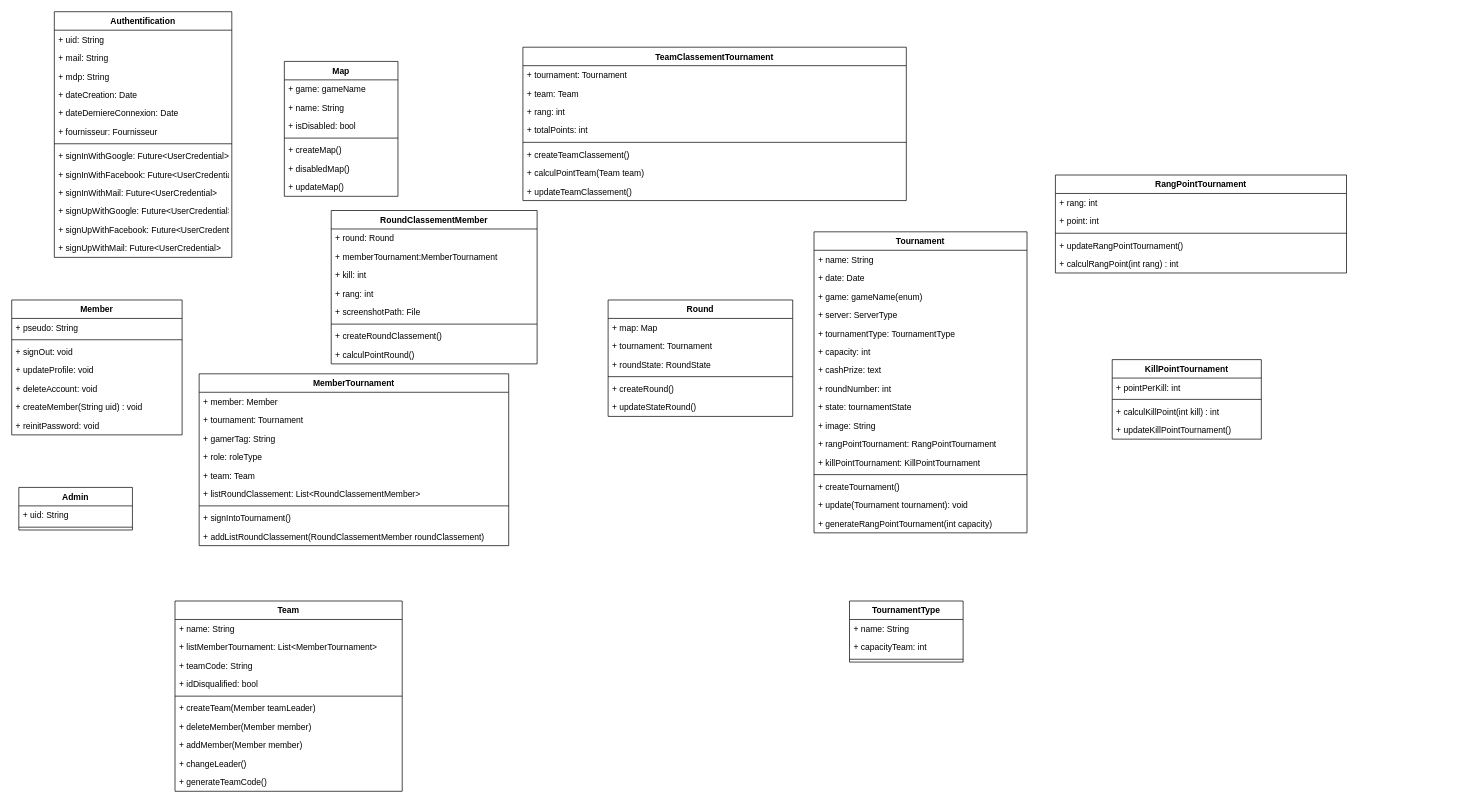
AlexandreMaillot/O-Spawn-Cup keeps this draw.io diagram as ospawn_cup.drawio. Above is the earlier version. Source tidied: cells renumbered, new cells numbered last; positions are measured from the earlier drawing's top-left corner, leaving out a move shared by most shapes. Both pictures are drawn from the tidied source at 71%, with x=0, y=0 at pixel (11, 11).
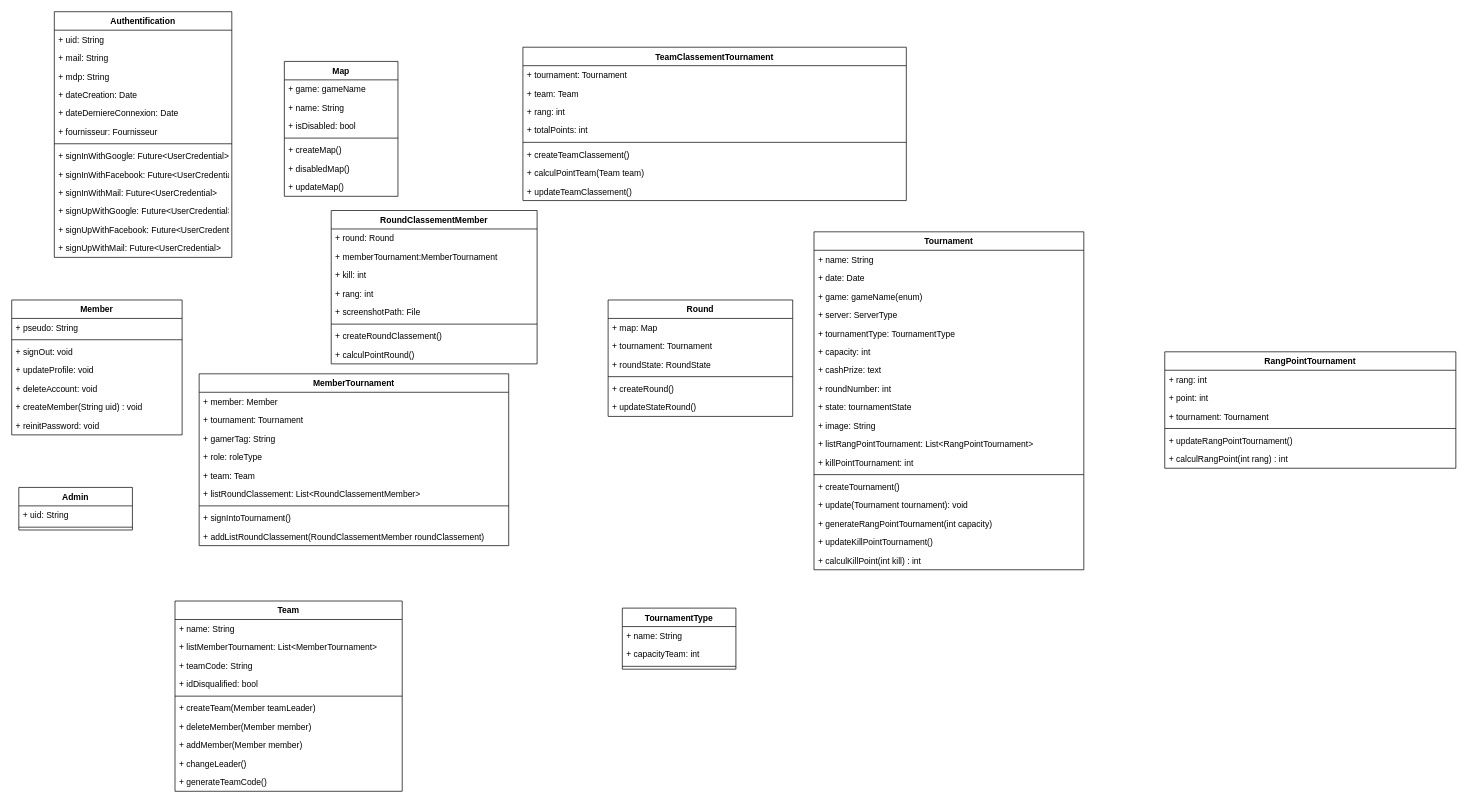
After the change.

What changed in the source:
```diff
@@
     <mxCell id="24" value="Tournament" style="swimlane;fontStyle=1;align=center;verticalAlign=top;horizontal=1;startSize=26;" parent="1" vertex="1">
-      <mxGeometry x="1130" y="310" width="300" height="424" as="geometry" />
+      <mxGeometry x="1130" y="310" width="380" height="476" as="geometry" />
     </mxCell>
     <mxCell id="25" value="+ name: String" style="text;strokeColor=none;fillColor=none;align=left;verticalAlign=top;spacingLeft=4;spacingRight=4;overflow=hidden;" parent="24" vertex="1">
-      <mxGeometry y="26" width="300" height="26" as="geometry" />
+      <mxGeometry y="26" width="380" height="26" as="geometry" />
     </mxCell>
     <mxCell id="26" value="+ date: Date" style="text;strokeColor=none;fillColor=none;align=left;verticalAlign=top;spacingLeft=4;spacingRight=4;overflow=hidden;" parent="24" vertex="1">
-      <mxGeometry y="52" width="300" height="26" as="geometry" />
+      <mxGeometry y="52" width="380" height="26" as="geometry" />
     </mxCell>
     <mxCell id="27" value="+ game: gameName(enum)" style="text;strokeColor=none;fillColor=none;align=left;verticalAlign=top;spacingLeft=4;spacingRight=4;overflow=hidden;" parent="24" vertex="1">
-      <mxGeometry y="78" width="300" height="26" as="geometry" />
+      <mxGeometry y="78" width="380" height="26" as="geometry" />
     </mxCell>
     <mxCell id="28" value="+ server: ServerType" style="text;strokeColor=none;fillColor=none;align=left;verticalAlign=top;spacingLeft=4;spacingRight=4;overflow=hidden;" parent="24" vertex="1">
-      <mxGeometry y="104" width="300" height="26" as="geometry" />
+      <mxGeometry y="104" width="380" height="26" as="geometry" />
     </mxCell>
     <mxCell id="29" value="+ tournamentType: TournamentType" style="text;strokeColor=none;fillColor=none;align=left;verticalAlign=top;spacingLeft=4;spacingRight=4;overflow=hidden;" parent="24" vertex="1">
-      <mxGeometry y="130" width="300" height="26" as="geometry" />
+      <mxGeometry y="130" width="380" height="26" as="geometry" />
     </mxCell>
     <mxCell id="30" value="+ capacity: int" style="text;strokeColor=none;fillColor=none;align=left;verticalAlign=top;spacingLeft=4;spacingRight=4;overflow=hidden;" parent="24" vertex="1">
-      <mxGeometry y="156" width="300" height="26" as="geometry" />
+      <mxGeometry y="156" width="380" height="26" as="geometry" />
     </mxCell>
     <mxCell id="31" value="+ cashPrize: text" style="text;strokeColor=none;fillColor=none;align=left;verticalAlign=top;spacingLeft=4;spacingRight=4;overflow=hidden;" parent="24" vertex="1">
-      <mxGeometry y="182" width="300" height="26" as="geometry" />
+      <mxGeometry y="182" width="380" height="26" as="geometry" />
     </mxCell>
     <mxCell id="32" value="+ roundNumber: int" style="text;strokeColor=none;fillColor=none;align=left;verticalAlign=top;spacingLeft=4;spacingRight=4;overflow=hidden;" parent="24" vertex="1">
-      <mxGeometry y="208" width="300" height="26" as="geometry" />
+      <mxGeometry y="208" width="380" height="26" as="geometry" />
     </mxCell>
     <mxCell id="33" value="+ state: tournamentState" style="text;strokeColor=none;fillColor=none;align=left;verticalAlign=top;spacingLeft=4;spacingRight=4;overflow=hidden;" parent="24" vertex="1">
-      <mxGeometry y="234" width="300" height="26" as="geometry" />
+      <mxGeometry y="234" width="380" height="26" as="geometry" />
     </mxCell>
     <mxCell id="34" value="+ image: String" style="text;strokeColor=none;fillColor=none;align=left;verticalAlign=top;spacingLeft=4;spacingRight=4;overflow=hidden;" parent="24" vertex="1">
-      <mxGeometry y="260" width="300" height="26" as="geometry" />
+      <mxGeometry y="260" width="380" height="26" as="geometry" />
     </mxCell>
-    <mxCell id="35" value="+ rangPointTournament: RangPointTournament" style="text;strokeColor=none;fillColor=none;align=left;verticalAlign=top;spacingLeft=4;spacingRight=4;overflow=hidden;" parent="24" vertex="1">
-      <mxGeometry y="286" width="300" height="26" as="geometry" />
+    <mxCell id="35" value="+ listRangPointTournament: List&lt;RangPointTournament&gt;" style="text;strokeColor=none;fillColor=none;align=left;verticalAlign=top;spacingLeft=4;spacingRight=4;overflow=hidden;" parent="24" vertex="1">
+      <mxGeometry y="286" width="380" height="26" as="geometry" />
     </mxCell>
-    <mxCell id="36" value="+ killPointTournament: KillPointTournament" style="text;strokeColor=none;fillColor=none;align=left;verticalAlign=top;spacingLeft=4;spacingRight=4;overflow=hidden;" parent="24" vertex="1">
-      <mxGeometry y="312" width="300" height="26" as="geometry" />
+    <mxCell id="36" value="+ killPointTournament: int" style="text;strokeColor=none;fillColor=none;align=left;verticalAlign=top;spacingLeft=4;spacingRight=4;overflow=hidden;" parent="24" vertex="1">
+      <mxGeometry y="312" width="380" height="26" as="geometry" />
     </mxCell>
     <mxCell id="37" style="line;strokeWidth=1;fillColor=none;align=left;verticalAlign=middle;spacingTop=-1;spacingLeft=3;spacingRight=3;labelPosition=right;" parent="24" vertex="1">
-      <mxGeometry y="338" width="300" height="8" as="geometry" />
+      <mxGeometry y="338" width="380" height="8" as="geometry" />
     </mxCell>
     <mxCell id="38" value="+ createTournament()" style="text;strokeColor=none;fillColor=none;align=left;verticalAlign=top;spacingLeft=4;spacingRight=4;overflow=hidden;" parent="24" vertex="1">
-      <mxGeometry y="346" width="300" height="26" as="geometry" />
+      <mxGeometry y="346" width="380" height="26" as="geometry" />
     </mxCell>
     <mxCell id="39" value="+ update(Tournament tournament): void" style="text;strokeColor=none;fillColor=none;align=left;verticalAlign=top;spacingLeft=4;spacingRight=4;overflow=hidden;" parent="24" vertex="1">
-      <mxGeometry y="372" width="300" height="26" as="geometry" />
+      <mxGeometry y="372" width="380" height="26" as="geometry" />
     </mxCell>
     <mxCell id="40" value="+ generateRangPointTournament(int capacity)" style="text;strokeColor=none;fillColor=none;align=left;verticalAlign=top;spacingLeft=4;spacingRight=4;overflow=hidden;" parent="24" vertex="1">
-      <mxGeometry y="398" width="300" height="26" as="geometry" />
+      <mxGeometry y="398" width="380" height="26" as="geometry" />
     </mxCell>
+    <mxCell id="112" value="+ updateKillPointTournament()" style="text;strokeColor=none;fillColor=none;align=left;verticalAlign=top;spacingLeft=4;spacingRight=4;overflow=hidden;" parent="24" vertex="1">
+      <mxGeometry y="424" width="380" height="26" as="geometry" />
+    </mxCell>
+    <mxCell id="111" value="+ calculKillPoint(int kill) : int" style="text;strokeColor=none;fillColor=none;align=left;verticalAlign=top;spacingLeft=4;spacingRight=4;overflow=hidden;" parent="24" vertex="1">
+      <mxGeometry y="450" width="380" height="26" as="geometry" />
+    </mxCell>
@@
     <mxCell id="80" value="TournamentType" style="swimlane;fontStyle=1;align=center;verticalAlign=top;horizontal=1;startSize=26;" parent="1" vertex="1">
-      <mxGeometry x="1180" y="830" width="160" height="86" as="geometry" />
+      <mxGeometry x="860" y="840" width="160" height="86" as="geometry" />
     </mxCell>
@@
     <mxCell id="102" value="RangPointTournament" style="swimlane;fontStyle=1;align=center;verticalAlign=top;horizontal=1;startSize=26;" parent="1" vertex="1">
-      <mxGeometry x="1470" y="230" width="410" height="138" as="geometry" />
+      <mxGeometry x="1624" y="479" width="410" height="164" as="geometry" />
     </mxCell>
@@
+    <mxCell id="113" value="+ tournament: Tournament" style="text;strokeColor=none;fillColor=none;align=left;verticalAlign=top;spacingLeft=4;spacingRight=4;overflow=hidden;" parent="102" vertex="1">
+      <mxGeometry y="78" width="410" height="26" as="geometry" />
+    </mxCell>
     <mxCell id="105" style="line;strokeWidth=1;fillColor=none;align=left;verticalAlign=middle;spacingTop=-1;spacingLeft=3;spacingRight=3;labelPosition=right;" parent="102" vertex="1">
-      <mxGeometry y="78" width="410" height="8" as="geometry" />
+      <mxGeometry y="104" width="410" height="8" as="geometry" />
     </mxCell>
     <mxCell id="106" value="+ updateRangPointTournament()" style="text;strokeColor=none;fillColor=none;align=left;verticalAlign=top;spacingLeft=4;spacingRight=4;overflow=hidden;" parent="102" vertex="1">
-      <mxGeometry y="86" width="410" height="26" as="geometry" />
+      <mxGeometry y="112" width="410" height="26" as="geometry" />
     </mxCell>
     <mxCell id="107" value="+ calculRangPoint(int rang) : int" style="text;strokeColor=none;fillColor=none;align=left;verticalAlign=top;spacingLeft=4;spacingRight=4;overflow=hidden;" parent="102" vertex="1">
-      <mxGeometry y="112" width="410" height="26" as="geometry" />
+      <mxGeometry y="138" width="410" height="26" as="geometry" />
     </mxCell>
-    <mxCell id="108" value="KillPointTournament" style="swimlane;fontStyle=1;align=center;verticalAlign=top;horizontal=1;startSize=26;" parent="1" vertex="1">
-      <mxGeometry x="1550" y="490" width="210" height="112" as="geometry" />
-    </mxCell>
-    <mxCell id="109" value="+ pointPerKill: int" style="text;strokeColor=none;fillColor=none;align=left;verticalAlign=top;spacingLeft=4;spacingRight=4;overflow=hidden;" parent="108" vertex="1">
-      <mxGeometry y="26" width="210" height="26" as="geometry" />
-    </mxCell>
-    <mxCell id="110" style="line;strokeWidth=1;fillColor=none;align=left;verticalAlign=middle;spacingTop=-1;spacingLeft=3;spacingRight=3;labelPosition=right;" parent="108" vertex="1">
-      <mxGeometry y="52" width="210" height="8" as="geometry" />
-    </mxCell>
-    <mxCell id="111" value="+ calculKillPoint(int kill) : int" style="text;strokeColor=none;fillColor=none;align=left;verticalAlign=top;spacingLeft=4;spacingRight=4;overflow=hidden;" parent="108" vertex="1">
-      <mxGeometry y="60" width="210" height="26" as="geometry" />
-    </mxCell>
-    <mxCell id="112" value="+ updateKillPointTournament()" style="text;strokeColor=none;fillColor=none;align=left;verticalAlign=top;spacingLeft=4;spacingRight=4;overflow=hidden;" parent="108" vertex="1">
-      <mxGeometry y="86" width="210" height="26" as="geometry" />
-    </mxCell>
```
